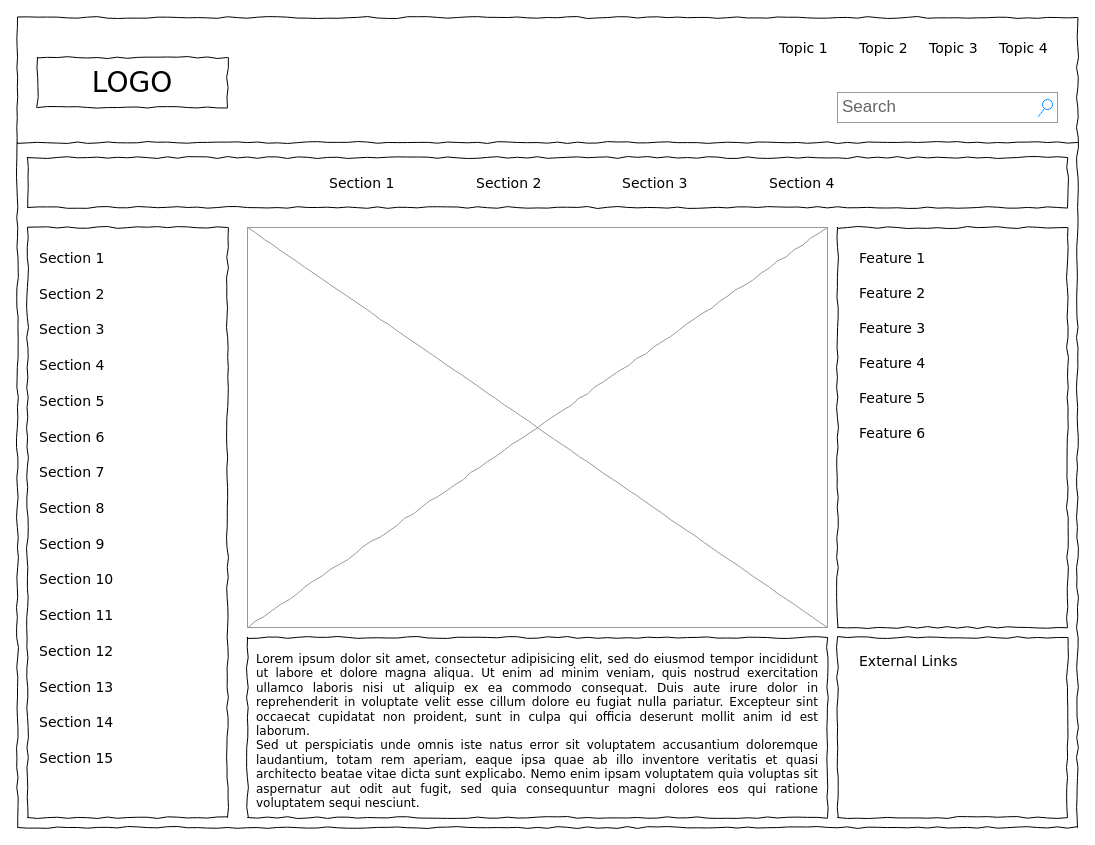
Above: wireframe.drawio in zanellaz/javascripto (draw.io), before the change. Source tidied: cells renumbered, new cells numbered last; positions are measured from the earlier drawing's top-left corner, leaving out a move shared by most shapes. Both pictures are drawn from the tidied source at 100%, with x=0, y=0 at pixel (17, 17).
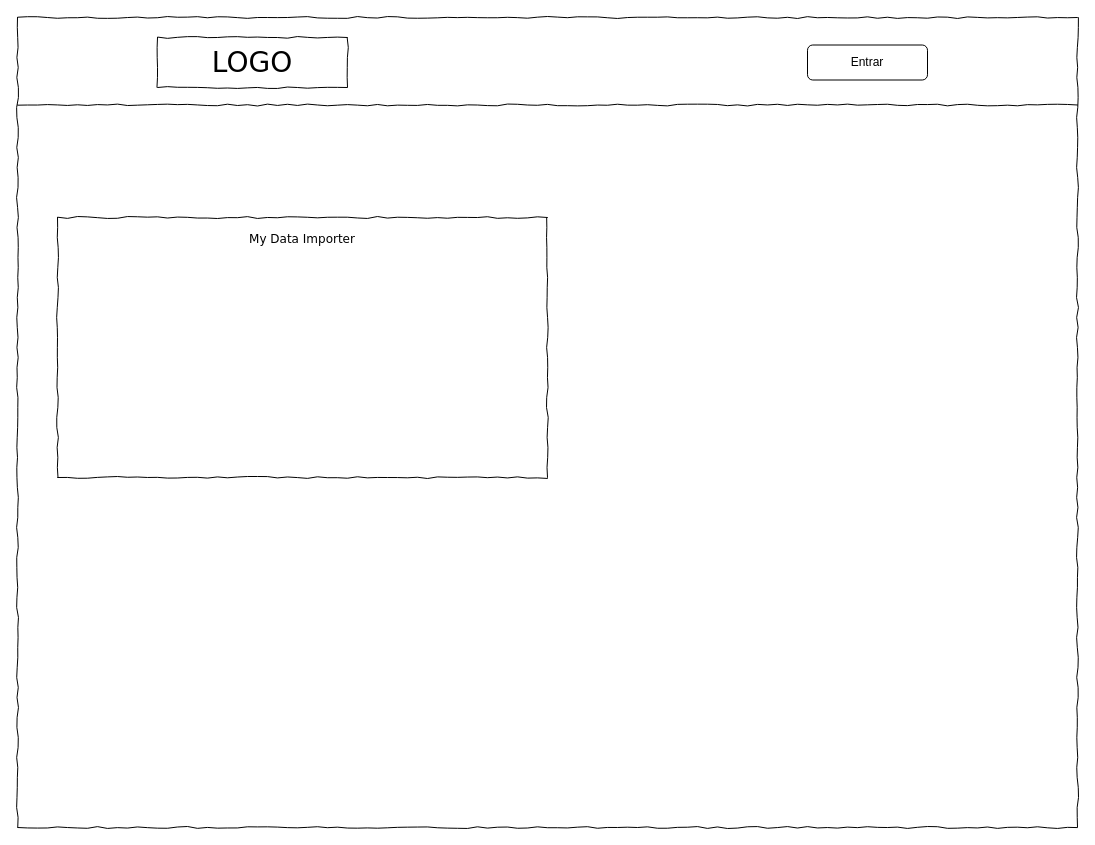
After the change.

Change to the diagram source:
```diff
@@
+    <mxCell id="3" value="LOGO" style="whiteSpace=wrap;html=1;rounded=0;shadow=0;labelBackgroundColor=none;strokeWidth=1;fontFamily=Verdana;fontSize=28;align=center;comic=1;" parent="1" vertex="1">
+      <mxGeometry x="140" y="20" width="190" height="50" as="geometry" />
+    </mxCell>
+    <mxCell id="10" style="line;strokeWidth=1;html=1;rounded=0;shadow=0;labelBackgroundColor=none;fillColor=none;fontFamily=Verdana;fontSize=14;fontColor=#000000;align=center;comic=1;" parent="1" vertex="1">
+      <mxGeometry y="82.5" width="1060" height="10" as="geometry" />
+    </mxCell>
@@
-    <mxCell id="3" value="LOGO" style="whiteSpace=wrap;html=1;rounded=0;shadow=0;labelBackgroundColor=none;strokeWidth=1;fontFamily=Verdana;fontSize=28;align=center;comic=1;" parent="1" vertex="1">
-      <mxGeometry x="20" y="40" width="190" height="50" as="geometry" />
-    </mxCell>
-    <mxCell id="4" value="Search" style="strokeWidth=1;shadow=0;dashed=0;align=center;html=1;shape=mxgraph.mockup.forms.searchBox;strokeColor=#999999;mainText=;strokeColor2=#008cff;fontColor=#666666;fontSize=17;align=left;spacingLeft=3;rounded=0;labelBackgroundColor=none;comic=1;" parent="1" vertex="1">
-      <mxGeometry x="820" y="75" width="220" height="30" as="geometry" />
-    </mxCell>
-    <mxCell id="5" value="Topic 1" style="text;html=1;align=left;verticalAlign=top;spacingTop=-4;fontSize=14;fontFamily=Verdana;" parent="1" vertex="1">
-      <mxGeometry x="760" y="20" width="60" height="20" as="geometry" />
-    </mxCell>
-    <mxCell id="6" value="Topic 2" style="text;html=1;align=left;verticalAlign=top;spacingTop=-4;fontSize=14;fontFamily=Verdana;" parent="1" vertex="1">
-      <mxGeometry x="840" y="20" width="60" height="20" as="geometry" />
-    </mxCell>
-    <mxCell id="7" value="Topic 3" style="text;html=1;align=left;verticalAlign=top;spacingTop=-4;fontSize=14;fontFamily=Verdana;" parent="1" vertex="1">
-      <mxGeometry x="910" y="20" width="60" height="20" as="geometry" />
-    </mxCell>
-    <mxCell id="8" value="Topic 4" style="text;html=1;align=left;verticalAlign=top;spacingTop=-4;fontSize=14;fontFamily=Verdana;" parent="1" vertex="1">
-      <mxGeometry x="980" y="20" width="60" height="20" as="geometry" />
-    </mxCell>
-    <mxCell id="9" style="whiteSpace=wrap;html=1;rounded=0;shadow=0;labelBackgroundColor=none;strokeWidth=1;fillColor=none;fontFamily=Verdana;fontSize=12;align=center;comic=1;" parent="1" vertex="1">
-      <mxGeometry x="10" y="210" width="200" height="590" as="geometry" />
-    </mxCell>
-    <mxCell id="10" style="line;strokeWidth=1;html=1;rounded=0;shadow=0;labelBackgroundColor=none;fillColor=none;fontFamily=Verdana;fontSize=14;fontColor=#000000;align=center;comic=1;" parent="1" vertex="1">
-      <mxGeometry y="120" width="1060" height="10" as="geometry" />
-    </mxCell>
-    <mxCell id="11" style="whiteSpace=wrap;html=1;rounded=0;shadow=0;labelBackgroundColor=none;strokeWidth=1;fillColor=none;fontFamily=Verdana;fontSize=12;align=center;comic=1;" parent="1" vertex="1">
-      <mxGeometry x="10" y="140" width="1040" height="50" as="geometry" />
-    </mxCell>
-    <mxCell id="12" value="Section 1" style="text;html=1;align=left;verticalAlign=top;spacingTop=-4;fontSize=14;fontFamily=Verdana;" parent="1" vertex="1">
-      <mxGeometry x="310" y="155" width="60" height="20" as="geometry" />
-    </mxCell>
-    <mxCell id="13" value="Section 2" style="text;html=1;align=left;verticalAlign=top;spacingTop=-4;fontSize=14;fontFamily=Verdana;" parent="1" vertex="1">
-      <mxGeometry x="457" y="155" width="60" height="20" as="geometry" />
-    </mxCell>
-    <mxCell id="14" value="Section 3" style="text;html=1;align=left;verticalAlign=top;spacingTop=-4;fontSize=14;fontFamily=Verdana;" parent="1" vertex="1">
-      <mxGeometry x="603" y="155" width="60" height="20" as="geometry" />
-    </mxCell>
-    <mxCell id="15" value="Section 4" style="text;html=1;align=left;verticalAlign=top;spacingTop=-4;fontSize=14;fontFamily=Verdana;" parent="1" vertex="1">
-      <mxGeometry x="750" y="155" width="60" height="20" as="geometry" />
-    </mxCell>
-    <mxCell id="16" value="&lt;div style=&quot;text-align: justify&quot;&gt;&lt;span&gt;Lorem ipsum dolor sit amet, consectetur adipisicing elit, sed do eiusmod tempor incididunt ut labore et dolore magna aliqua. Ut enim ad minim veniam, quis nostrud exercitation ullamco laboris nisi ut aliquip ex ea commodo consequat. Duis aute irure dolor in reprehenderit in voluptate velit esse cillum dolore eu fugiat nulla pariatur. Excepteur sint occaecat cupidatat non proident, sunt in culpa qui officia deserunt mollit anim id est laborum.&lt;/span&gt;&lt;/div&gt;&lt;div style=&quot;text-align: justify&quot;&gt;&lt;span&gt;Sed ut perspiciatis unde omnis iste natus error sit voluptatem accusantium doloremque laudantium, totam rem aperiam, eaque ipsa quae ab illo inventore veritatis et quasi architecto beatae vitae dicta sunt explicabo. Nemo enim ipsam voluptatem quia voluptas sit aspernatur aut odit aut fugit, sed quia consequuntur magni dolores eos qui ratione voluptatem sequi nesciunt.&amp;nbsp;&lt;/span&gt;&lt;/div&gt;" style="whiteSpace=wrap;html=1;rounded=0;shadow=0;labelBackgroundColor=none;strokeWidth=1;fillColor=none;fontFamily=Verdana;fontSize=12;align=center;verticalAlign=top;spacing=10;comic=1;" parent="1" vertex="1">
-      <mxGeometry x="230" y="620" width="580" height="180" as="geometry" />
+    <mxCell id="16" value="My Data Importer" style="whiteSpace=wrap;html=1;rounded=0;shadow=0;labelBackgroundColor=none;strokeWidth=1;fillColor=none;fontFamily=Verdana;fontSize=12;align=center;verticalAlign=top;spacing=10;comic=1;" parent="1" vertex="1">
+      <mxGeometry x="40" y="200" width="490" height="260" as="geometry" />
     </mxCell>
-    <mxCell id="17" style="verticalLabelPosition=bottom;shadow=0;dashed=0;align=center;html=1;verticalAlign=top;strokeWidth=1;shape=mxgraph.mockup.graphics.simpleIcon;strokeColor=#999999;rounded=0;labelBackgroundColor=none;fontFamily=Verdana;fontSize=14;fontColor=#000000;comic=1;" parent="1" vertex="1">
-      <mxGeometry x="230" y="210" width="580" height="400" as="geometry" />
-    </mxCell>
-    <mxCell id="18" style="whiteSpace=wrap;html=1;rounded=0;shadow=0;labelBackgroundColor=none;strokeWidth=1;fillColor=none;fontFamily=Verdana;fontSize=12;align=center;comic=1;" parent="1" vertex="1">
-      <mxGeometry x="820" y="210" width="230" height="400" as="geometry" />
-    </mxCell>
-    <mxCell id="19" style="whiteSpace=wrap;html=1;rounded=0;shadow=0;labelBackgroundColor=none;strokeWidth=1;fillColor=none;fontFamily=Verdana;fontSize=12;align=center;comic=1;" parent="1" vertex="1">
-      <mxGeometry x="820" y="620" width="230" height="180" as="geometry" />
-    </mxCell>
-    <mxCell id="20" value="Section 1" style="text;html=1;align=left;verticalAlign=top;spacingTop=-4;fontSize=14;fontFamily=Verdana;" parent="1" vertex="1">
-      <mxGeometry x="20" y="230" width="170" height="20" as="geometry" />
-    </mxCell>
-    <mxCell id="21" value="Section 2" style="text;html=1;align=left;verticalAlign=top;spacingTop=-4;fontSize=14;fontFamily=Verdana;" parent="1" vertex="1">
-      <mxGeometry x="20" y="266" width="170" height="20" as="geometry" />
-    </mxCell>
-    <mxCell id="22" value="Section 3" style="text;html=1;align=left;verticalAlign=top;spacingTop=-4;fontSize=14;fontFamily=Verdana;" parent="1" vertex="1">
-      <mxGeometry x="20" y="301" width="170" height="20" as="geometry" />
-    </mxCell>
-    <mxCell id="23" value="Section 4" style="text;html=1;align=left;verticalAlign=top;spacingTop=-4;fontSize=14;fontFamily=Verdana;" parent="1" vertex="1">
-      <mxGeometry x="20" y="337" width="170" height="20" as="geometry" />
-    </mxCell>
-    <mxCell id="24" value="Section 7" style="text;html=1;align=left;verticalAlign=top;spacingTop=-4;fontSize=14;fontFamily=Verdana;" parent="1" vertex="1">
-      <mxGeometry x="20" y="444" width="170" height="20" as="geometry" />
-    </mxCell>
-    <mxCell id="25" value="Section 8" style="text;html=1;align=left;verticalAlign=top;spacingTop=-4;fontSize=14;fontFamily=Verdana;" parent="1" vertex="1">
-      <mxGeometry x="20" y="480" width="170" height="20" as="geometry" />
-    </mxCell>
-    <mxCell id="26" value="Section 9" style="text;html=1;align=left;verticalAlign=top;spacingTop=-4;fontSize=14;fontFamily=Verdana;" parent="1" vertex="1">
-      <mxGeometry x="20" y="516" width="170" height="20" as="geometry" />
-    </mxCell>
-    <mxCell id="27" value="Section 10" style="text;html=1;align=left;verticalAlign=top;spacingTop=-4;fontSize=14;fontFamily=Verdana;" parent="1" vertex="1">
-      <mxGeometry x="20" y="551" width="170" height="20" as="geometry" />
-    </mxCell>
-    <mxCell id="28" value="Section 11" style="text;html=1;align=left;verticalAlign=top;spacingTop=-4;fontSize=14;fontFamily=Verdana;" parent="1" vertex="1">
-      <mxGeometry x="20" y="587" width="170" height="20" as="geometry" />
-    </mxCell>
-    <mxCell id="29" value="Section 12" style="text;html=1;align=left;verticalAlign=top;spacingTop=-4;fontSize=14;fontFamily=Verdana;" parent="1" vertex="1">
-      <mxGeometry x="20" y="623" width="170" height="20" as="geometry" />
-    </mxCell>
-    <mxCell id="30" value="Section 13" style="text;html=1;align=left;verticalAlign=top;spacingTop=-4;fontSize=14;fontFamily=Verdana;" parent="1" vertex="1">
-      <mxGeometry x="20" y="659" width="170" height="20" as="geometry" />
-    </mxCell>
-    <mxCell id="31" value="Section 14" style="text;html=1;align=left;verticalAlign=top;spacingTop=-4;fontSize=14;fontFamily=Verdana;" parent="1" vertex="1">
-      <mxGeometry x="20" y="694" width="170" height="20" as="geometry" />
-    </mxCell>
-    <mxCell id="32" value="Section 5" style="text;html=1;align=left;verticalAlign=top;spacingTop=-4;fontSize=14;fontFamily=Verdana;" parent="1" vertex="1">
-      <mxGeometry x="20" y="373" width="170" height="20" as="geometry" />
-    </mxCell>
-    <mxCell id="33" value="Section 6" style="text;html=1;align=left;verticalAlign=top;spacingTop=-4;fontSize=14;fontFamily=Verdana;" parent="1" vertex="1">
-      <mxGeometry x="20" y="409" width="170" height="20" as="geometry" />
-    </mxCell>
-    <mxCell id="34" value="Section 15" style="text;html=1;align=left;verticalAlign=top;spacingTop=-4;fontSize=14;fontFamily=Verdana;" parent="1" vertex="1">
-      <mxGeometry x="20" y="730" width="170" height="20" as="geometry" />
-    </mxCell>
-    <mxCell id="35" value="External Links" style="text;html=1;align=left;verticalAlign=top;spacingTop=-4;fontSize=14;fontFamily=Verdana;" parent="1" vertex="1">
-      <mxGeometry x="840" y="633" width="170" height="20" as="geometry" />
-    </mxCell>
-    <mxCell id="36" value="Feature 1" style="text;html=1;align=left;verticalAlign=top;spacingTop=-4;fontSize=14;fontFamily=Verdana;" parent="1" vertex="1">
-      <mxGeometry x="840" y="230" width="170" height="20" as="geometry" />
-    </mxCell>
-    <mxCell id="37" value="Feature 2" style="text;html=1;align=left;verticalAlign=top;spacingTop=-4;fontSize=14;fontFamily=Verdana;" parent="1" vertex="1">
-      <mxGeometry x="840" y="265" width="170" height="20" as="geometry" />
-    </mxCell>
-    <mxCell id="38" value="Feature 3" style="text;html=1;align=left;verticalAlign=top;spacingTop=-4;fontSize=14;fontFamily=Verdana;" parent="1" vertex="1">
-      <mxGeometry x="840" y="300" width="170" height="20" as="geometry" />
-    </mxCell>
-    <mxCell id="39" value="Feature 4" style="text;html=1;align=left;verticalAlign=top;spacingTop=-4;fontSize=14;fontFamily=Verdana;" parent="1" vertex="1">
-      <mxGeometry x="840" y="335" width="170" height="20" as="geometry" />
-    </mxCell>
-    <mxCell id="40" value="Feature 5" style="text;html=1;align=left;verticalAlign=top;spacingTop=-4;fontSize=14;fontFamily=Verdana;" parent="1" vertex="1">
-      <mxGeometry x="840" y="370" width="170" height="20" as="geometry" />
-    </mxCell>
-    <mxCell id="41" value="Feature 6" style="text;html=1;align=left;verticalAlign=top;spacingTop=-4;fontSize=14;fontFamily=Verdana;" parent="1" vertex="1">
-      <mxGeometry x="840" y="405" width="170" height="20" as="geometry" />
-    </mxCell>
+    <mxCell id="42" value="Entrar" style="rounded=1;whiteSpace=wrap;html=1;" parent="1" vertex="1">
+      <mxGeometry x="790" y="27.5" width="120" height="35" as="geometry" />
+    </mxCell>
```
